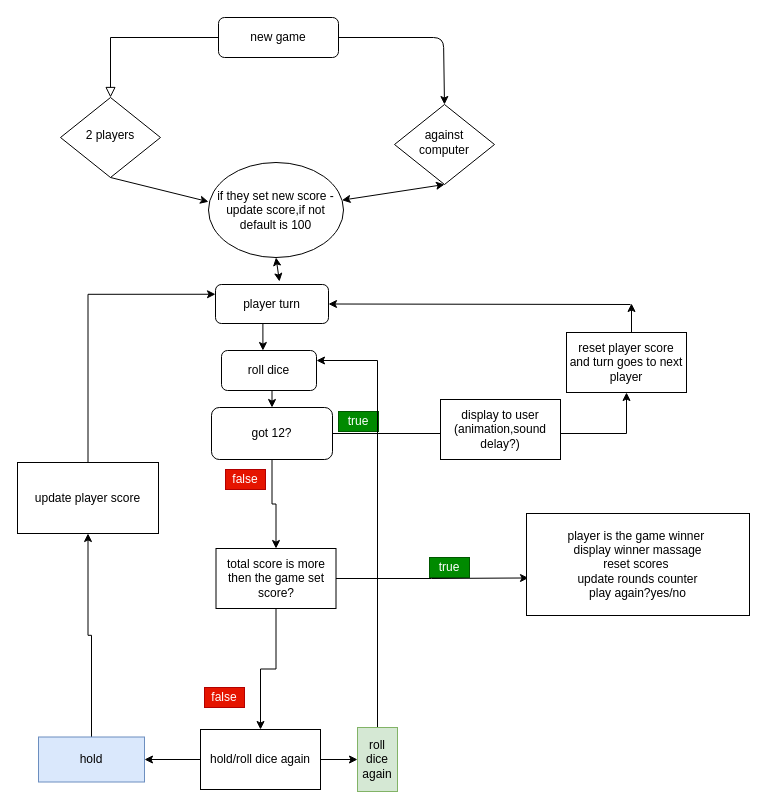
Before: page "game in play logic" (2 of 2) of guidlines/dice game demo.drawio in t-bendet/dice-game, a draw.io diagram. Source tidied: cells renumbered, new cells numbered last; positions are measured from the earlier drawing's top-left corner, leaving out a move shared by most shapes. Both pictures are drawn from the tidied source at 100%, with x=0, y=0 at pixel (17, 17).
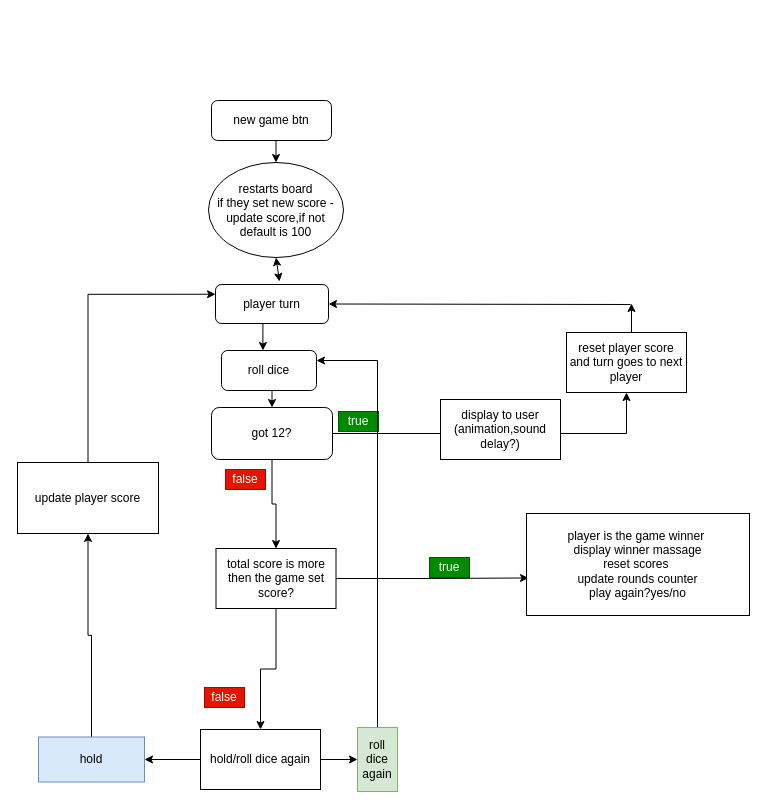
The same diagram, later.

What changed in the source:
```diff
@@
-    <mxCell id="2" style="rounded=0;html=1;jettySize=auto;fontSize=11;endArrow=block;endFill=0;endSize=8;strokeWidth=1;shadow=0;labelBackgroundColor=none;edgeStyle=orthogonalEdgeStyle;" parent="1" edge="1" source="3" target="4">
-      <mxGeometry relative="1" as="geometry" />
-    </mxCell>
+    <mxCell id="39" style="edgeStyle=orthogonalEdgeStyle;rounded=0;jettySize=auto;html=1;exitX=0.5;exitY=1;exitDx=0;exitDy=0;entryX=0.5;entryY=0;entryDx=0;entryDy=0;" parent="1" edge="1" source="3" target="11">
+      <mxGeometry relative="1" as="geometry" />
+    </mxCell>
-    <mxCell id="3" value="new game" style="rounded=1;whiteSpace=wrap;html=1;fontSize=12;glass=0;strokeWidth=1;shadow=0;" parent="1" vertex="1">
-      <mxGeometry x="201" width="120" height="40" as="geometry" />
+    <mxCell id="3" value="new game btn" style="rounded=1;whiteSpace=wrap;html=1;fontSize=12;glass=0;strokeWidth=1;shadow=0;" parent="1" vertex="1">
+      <mxGeometry x="194" y="83" width="120" height="40" as="geometry" />
     </mxCell>
-    <mxCell id="4" value="2 players" style="rhombus;whiteSpace=wrap;html=1;shadow=0;fontFamily=Helvetica;fontSize=12;align=center;strokeWidth=1;spacing=6;spacingTop=-4;" parent="1" vertex="1">
-      <mxGeometry x="43" y="80" width="100" height="80" as="geometry" />
-    </mxCell>
-    <mxCell id="5" value="against computer" style="rhombus;whiteSpace=wrap;html=1;shadow=0;fontFamily=Helvetica;fontSize=12;align=center;strokeWidth=1;spacing=6;spacingTop=-4;" parent="1" vertex="1">
-      <mxGeometry x="377" y="87" width="100" height="80" as="geometry" />
-    </mxCell>
-    <mxCell id="6" style="endArrow=classic;html=1;exitX=1;exitY=0.5;exitDx=0;exitDy=0;entryX=0.5;entryY=0;entryDx=0;entryDy=0;" parent="1" edge="1" source="3" target="5">
-      <mxGeometry relative="1" as="geometry">
-        <Array as="points">
-          <mxPoint x="426" y="20" />
-        </Array>
-      </mxGeometry>
-    </mxCell>
-    <mxCell id="7" style="endArrow=classic;html=1;exitX=0.5;exitY=1;exitDx=0;exitDy=0;entryX=0;entryY=0.413;entryDx=0;entryDy=0;entryPerimeter=0;" parent="1" edge="1" source="4" target="11">
-      <mxGeometry relative="1" as="geometry" />
-    </mxCell>
@@
-    <mxCell id="10" style="endArrow=classic;startArrow=classic;html=1;exitX=0.5;exitY=1;exitDx=0;exitDy=0;" parent="1" edge="1" source="5" target="11">
-      <mxGeometry relative="1" as="geometry" />
-    </mxCell>
-    <mxCell id="11" value="if they set new score -update score,if not default is 100" style="ellipse;whiteSpace=wrap;html=1;" parent="1" vertex="1">
+    <mxCell id="11" value="restarts board&lt;br&gt;if they set new score -update score,if not default is 100" style="ellipse;whiteSpace=wrap;html=1;" parent="1" vertex="1">
       <mxGeometry x="191" y="145" width="135" height="95" as="geometry" />
     </mxCell>
```
